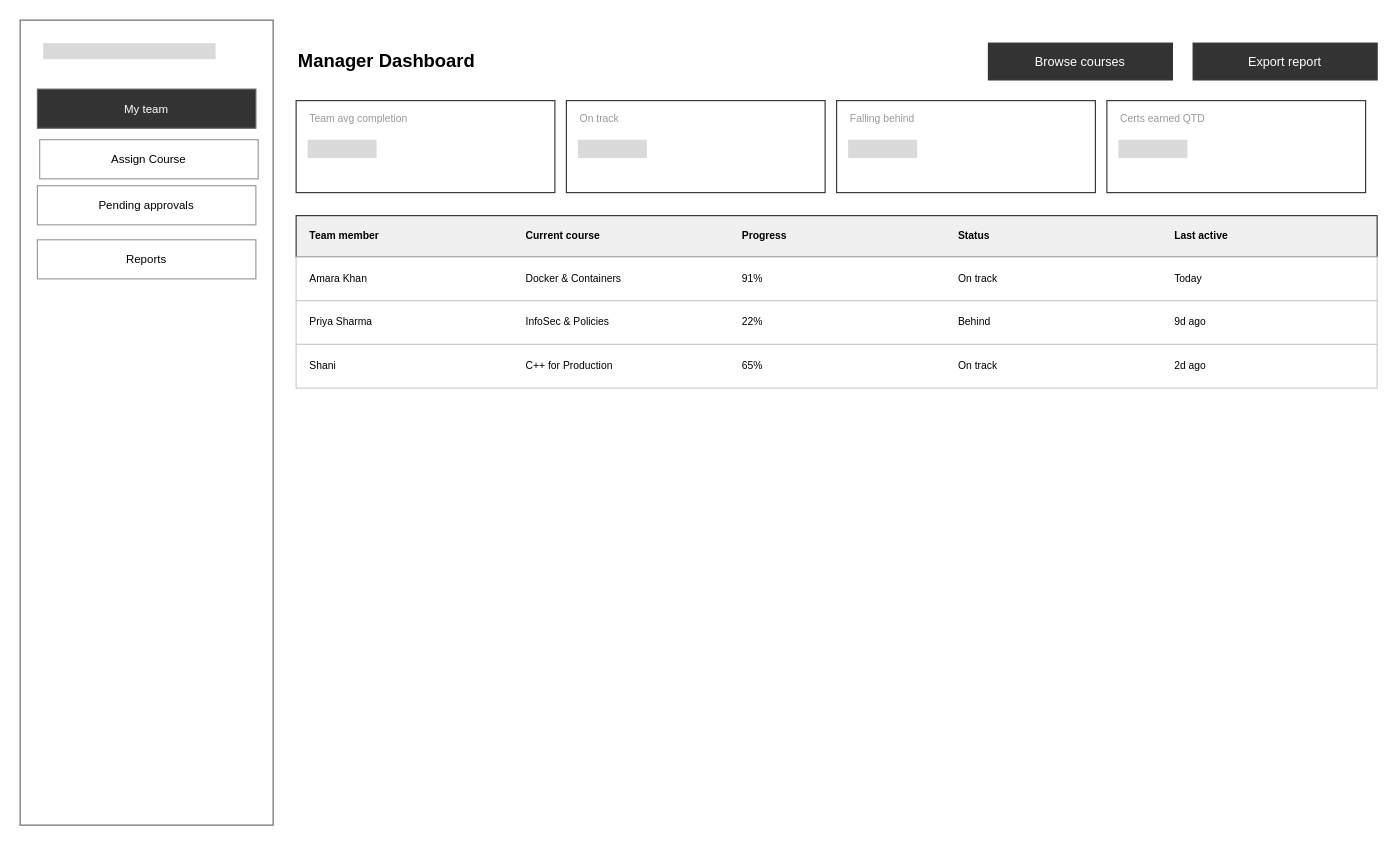
Before: page "5 Manager Dashboard" (5 of 11) of docs/CourseWebsite_WireDiagram.drawio.xml in ShaniCodeBreaker/Coursify, a draw.io diagram. Source tidied: cells renumbered, new cells numbered last; positions are measured from the earlier drawing's top-left corner, leaving out a move shared by most shapes. Both pictures are drawn from the tidied source at 115%, with x=0, y=0 at pixel (20, 20).
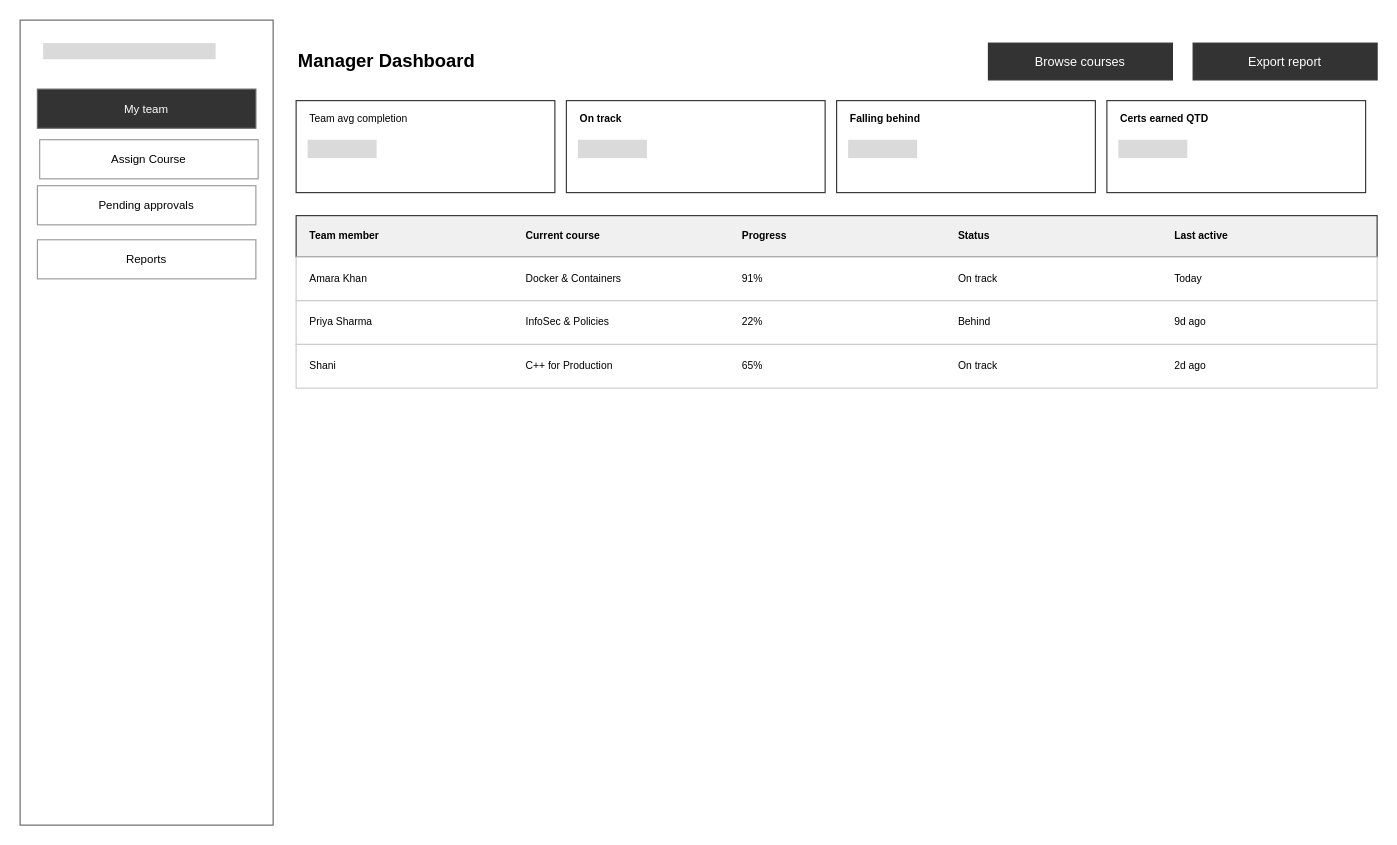
The same diagram, later.

Change to the diagram source:
```diff
@@
-    <mxCell id="10" value="Team avg completion" style="text;html=1;fillColor=none;strokeColor=none;fontSize=12;fontStyle=1;align=left;verticalAlign=middle;fontSize=9;fontStyle=0;fontColor=#999999;" parent="1" vertex="1">
+    <mxCell id="10" value="&lt;span style=&quot;color: light-dark(rgb(0, 0, 0), rgb(18, 18, 18));&quot;&gt;Team avg completion&lt;/span&gt;" style="text;html=1;fillColor=none;strokeColor=none;fontSize=12;fontStyle=1;align=left;verticalAlign=middle;fontSize=9;fontStyle=0;fontColor=#999999;" parent="1" vertex="1">
       <mxGeometry x="250" y="78" width="205" height="16" as="geometry" />
     </mxCell>
@@
-    <mxCell id="13" value="On track" style="text;html=1;fillColor=none;strokeColor=none;fontSize=12;fontStyle=1;align=left;verticalAlign=middle;fontSize=9;fontStyle=0;fontColor=#999999;" parent="1" vertex="1">
+    <mxCell id="13" value="&lt;b style=&quot;color: light-dark(rgb(0, 0, 0), rgb(18, 18, 18));&quot;&gt;On track&lt;/b&gt;" style="text;html=1;fillColor=none;strokeColor=none;fontSize=12;fontStyle=1;align=left;verticalAlign=middle;fontSize=9;fontStyle=0;fontColor=#999999;" parent="1" vertex="1">
       <mxGeometry x="485" y="78" width="205" height="16" as="geometry" />
     </mxCell>
@@
-    <mxCell id="16" value="Falling behind" style="text;html=1;fillColor=none;strokeColor=none;fontSize=12;fontStyle=1;align=left;verticalAlign=middle;fontSize=9;fontStyle=0;fontColor=#999999;" parent="1" vertex="1">
+    <mxCell id="16" value="&lt;b style=&quot;color: light-dark(rgb(0, 0, 0), rgb(18, 18, 18));&quot;&gt;Falling behind&lt;/b&gt;" style="text;html=1;fillColor=none;strokeColor=none;fontSize=12;fontStyle=1;align=left;verticalAlign=middle;fontSize=9;fontStyle=0;fontColor=#999999;" parent="1" vertex="1">
       <mxGeometry x="720" y="78" width="205" height="16" as="geometry" />
     </mxCell>
@@
-    <mxCell id="19" value="Certs earned QTD" style="text;html=1;fillColor=none;strokeColor=none;fontSize=12;fontStyle=1;align=left;verticalAlign=middle;fontSize=9;fontStyle=0;fontColor=#999999;" parent="1" vertex="1">
+    <mxCell id="19" value="&lt;b style=&quot;color: light-dark(rgb(0, 0, 0), rgb(18, 18, 18));&quot;&gt;Certs earned QTD&lt;/b&gt;" style="text;html=1;fillColor=none;strokeColor=none;fontSize=12;fontStyle=1;align=left;verticalAlign=middle;fontSize=9;fontStyle=0;fontColor=#999999;" parent="1" vertex="1">
       <mxGeometry x="955" y="78" width="205" height="16" as="geometry" />
     </mxCell>
```
